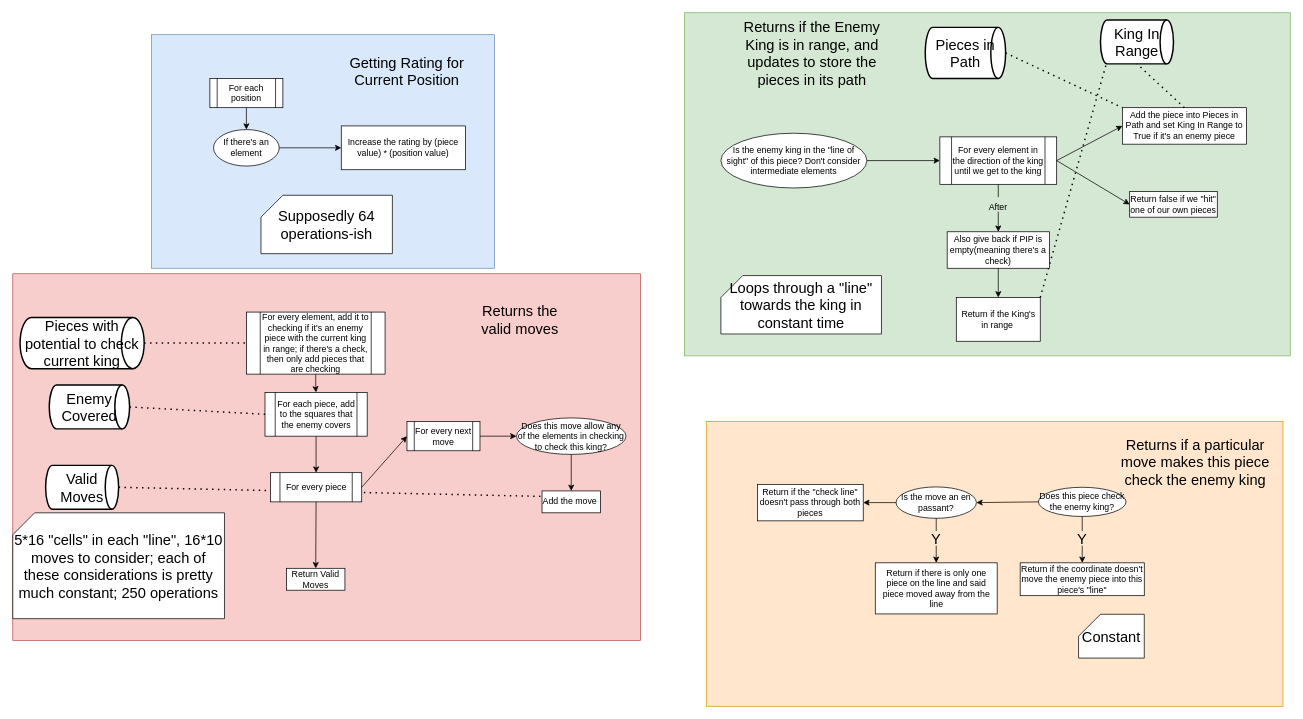
Earlier version of the draw.io diagram page "Moving & Rating" (3 of 3) of bot/Chess_Attempt2_AlgorithmFlowchart.drawio (Trentiumz/Chess). Source tidied: cells renumbered, new cells numbered last; positions are measured from the earlier drawing's top-left corner, leaving out a move shared by most shapes. Both pictures are drawn from the tidied source at 73%, with x=0, y=0 at pixel (12, 12).
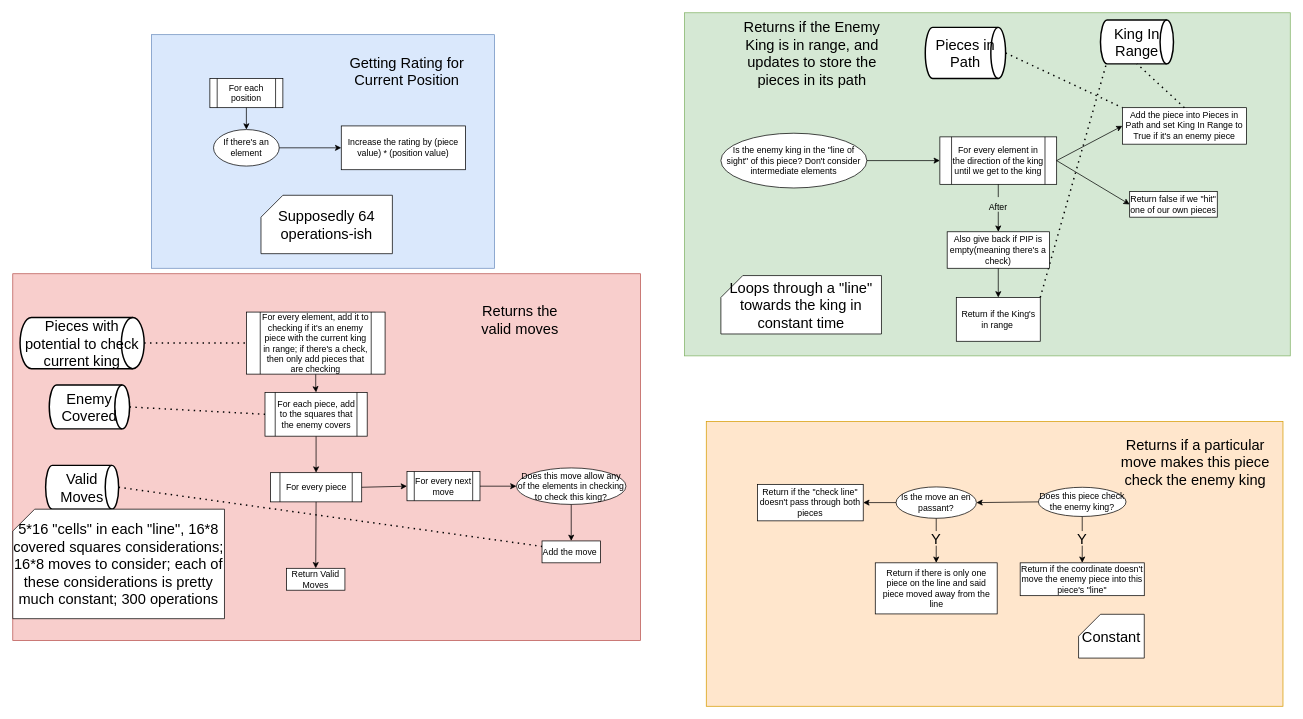
Above is the later version.

What changed in the source:
```diff
@@
     <mxCell id="54" value="For every next move" style="shape=process;whiteSpace=wrap;html=1;backgroundOutline=1;" parent="1" vertex="1">
-      <mxGeometry x="540" y="560" width="100" height="40" as="geometry" />
+      <mxGeometry x="540" y="628.5" width="100" height="40" as="geometry" />
     </mxCell>
@@
     <mxCell id="56" value="Does this move allow any of the elements in checking to check this king?" style="ellipse;whiteSpace=wrap;html=1;" parent="1" vertex="1">
-      <mxGeometry x="690" y="555" width="150" height="50" as="geometry" />
+      <mxGeometry x="690" y="623.5" width="150" height="50" as="geometry" />
     </mxCell>
@@
     <mxCell id="58" value="Add the move&amp;nbsp;" style="rounded=0;whiteSpace=wrap;html=1;" parent="1" vertex="1">
-      <mxGeometry x="725" y="655" width="80" height="30" as="geometry" />
+      <mxGeometry x="725" y="723.5" width="80" height="30" as="geometry" />
     </mxCell>
@@
-    <mxCell id="64" value="5*16 &quot;cells&quot; in each &quot;line&quot;, 16*10 moves to consider; each of these considerations is pretty much constant; 250 operations" style="shape=card;whiteSpace=wrap;html=1;fontSize=20;" parent="1" vertex="1">
-      <mxGeometry y="685" width="290" height="145" as="geometry" />
+    <mxCell id="64" value="5*16 &quot;cells&quot; in each &quot;line&quot;, 16*8 covered squares considerations; 16*8 moves to consider; each of these considerations is pretty much constant; 300 operations" style="shape=card;whiteSpace=wrap;html=1;fontSize=20;" parent="1" vertex="1">
+      <mxGeometry y="680" width="290" height="150" as="geometry" />
     </mxCell>
```
